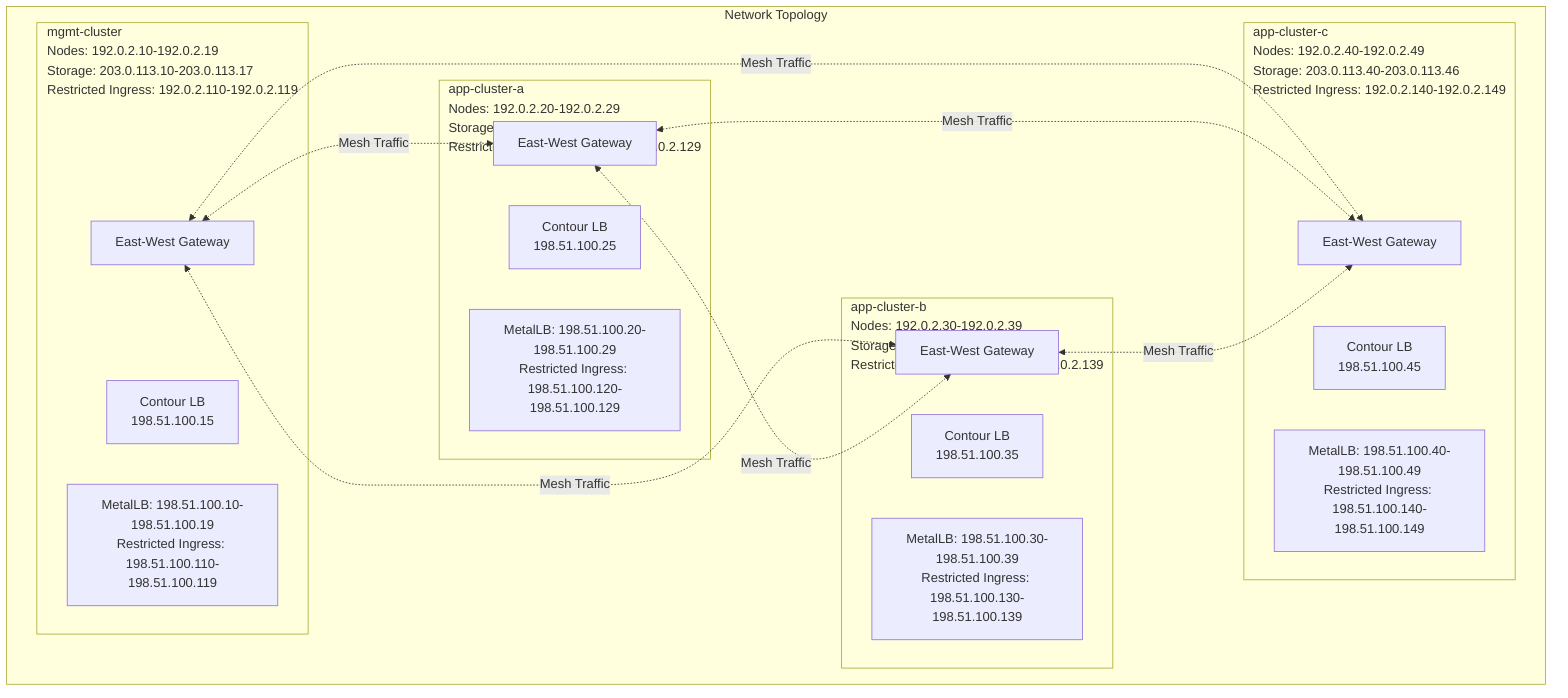
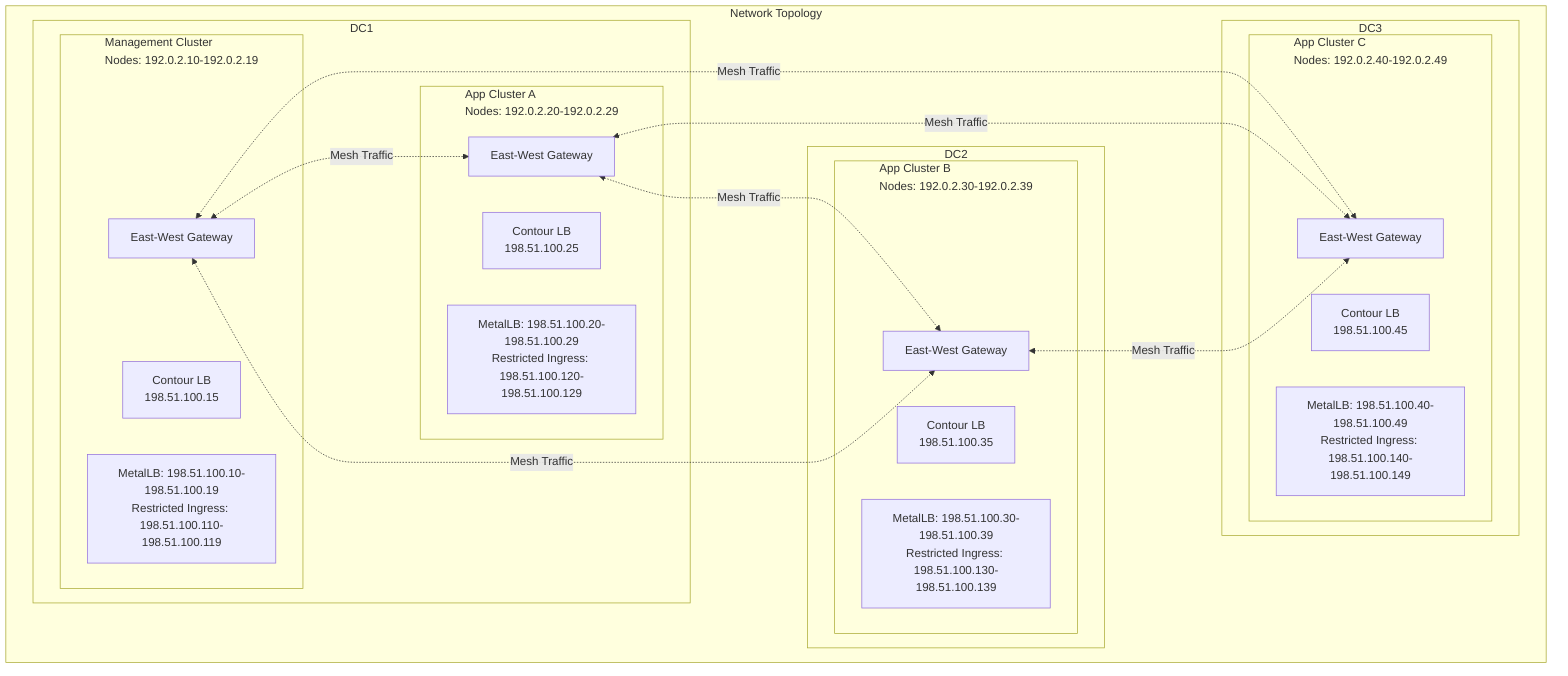
flowchart TB
    subgraph cluster_1_Networks["Network Topology"]
-         subgraph cluster_2_Site_AM_NET["mgmt-cluster<br/>Nodes: 192.0.2.10-192.0.2.19<br/>Storage: 203.0.113.10-203.0.113.17<br/>Restricted Ingress: 192.0.2.110-192.0.2.119"]
-             Site_AM_GW["East-West Gateway"]
-             Site_AM_LB["Contour LB<br/>198.51.100.15"]
-             Site_AM_MetalLB["MetalLB: 198.51.100.10-198.51.100.19<br/>Restricted Ingress: 198.51.100.110-198.51.100.119"]
-             Site_AM_GW["East-West Gateway"]
-             Site_AM_LB["Contour LB<br/>198.51.100.15"]
-             Site_AM_MetalLB["MetalLB: 198.51.100.10-198.51.100.19<br/>Restricted Ingress: 198.51.100.110-198.51.100.119"]
+ 
+         subgraph site_DC1["DC1"]
+             subgraph cluster_2_Site_AM_NET["Management Cluster<br/>Nodes: 192.0.2.10-192.0.2.19"]
+                 Site_AM_GW["East-West Gateway"]
+                 Site_AM_LB["Contour LB<br/>198.51.100.15"]
+                 Site_AM_MetalLB["MetalLB: 198.51.100.10-198.51.100.19<br/>Restricted Ingress: 198.51.100.110-198.51.100.119"]
+                 Site_AM_GW["East-West Gateway"]
+                 Site_AM_LB["Contour LB<br/>198.51.100.15"]
+                 Site_AM_MetalLB["MetalLB: 198.51.100.10-198.51.100.19<br/>Restricted Ingress: 198.51.100.110-198.51.100.119"]
+             end
+             subgraph cluster_3_Site_AD_NET["App Cluster A<br/>Nodes: 192.0.2.20-192.0.2.29"]
+                 Site_AD_GW["East-West Gateway"]
+                 Site_AD_LB["Contour LB<br/>198.51.100.25"]
+                 Site_AD_MetalLB["MetalLB: 198.51.100.20-198.51.100.29<br/>Restricted Ingress: 198.51.100.120-198.51.100.129"]
+                 Site_AD_GW["East-West Gateway"]
+                 Site_AD_LB["Contour LB<br/>198.51.100.25"]
+                 Site_AD_MetalLB["MetalLB: 198.51.100.20-198.51.100.29<br/>Restricted Ingress: 198.51.100.120-198.51.100.129"]
+             end
        end
-         subgraph cluster_3_Site_AD_NET["app-cluster-a<br/>Nodes: 192.0.2.20-192.0.2.29<br/>Storage: 203.0.113.20-203.0.113.26<br/>Restricted Ingress: 192.0.2.120-192.0.2.129"]
-             Site_AD_GW["East-West Gateway"]
-             Site_AD_LB["Contour LB<br/>198.51.100.25"]
-             Site_AD_MetalLB["MetalLB: 198.51.100.20-198.51.100.29<br/>Restricted Ingress: 198.51.100.120-198.51.100.129"]
-             Site_AD_GW["East-West Gateway"]
-             Site_AD_LB["Contour LB<br/>198.51.100.25"]
-             Site_AD_MetalLB["MetalLB: 198.51.100.20-198.51.100.29<br/>Restricted Ingress: 198.51.100.120-198.51.100.129"]
+ 
+         subgraph site_DC2["DC2"]
+             subgraph cluster_4_Site_BD_NET["App Cluster B<br/>Nodes: 192.0.2.30-192.0.2.39"]
+                 Site_BD_GW["East-West Gateway"]
+                 Site_BD_LB["Contour LB<br/>198.51.100.35"]
+                 Site_BD_MetalLB["MetalLB: 198.51.100.30-198.51.100.39<br/>Restricted Ingress: 198.51.100.130-198.51.100.139"]
+                 Site_BD_GW["East-West Gateway"]
+                 Site_BD_LB["Contour LB<br/>198.51.100.35"]
+                 Site_BD_MetalLB["MetalLB: 198.51.100.30-198.51.100.39<br/>Restricted Ingress: 198.51.100.130-198.51.100.139"]
+             end
        end
-         subgraph cluster_4_Site_BD_NET["app-cluster-b<br/>Nodes: 192.0.2.30-192.0.2.39<br/>Storage: 203.0.113.30-203.0.113.36<br/>Restricted Ingress: 192.0.2.130-192.0.2.139"]
-             Site_BD_GW["East-West Gateway"]
-             Site_BD_LB["Contour LB<br/>198.51.100.35"]
-             Site_BD_MetalLB["MetalLB: 198.51.100.30-198.51.100.39<br/>Restricted Ingress: 198.51.100.130-198.51.100.139"]
-             Site_BD_GW["East-West Gateway"]
-             Site_BD_LB["Contour LB<br/>198.51.100.35"]
-             Site_BD_MetalLB["MetalLB: 198.51.100.30-198.51.100.39<br/>Restricted Ingress: 198.51.100.130-198.51.100.139"]
-         end
-         subgraph cluster_5_Site_CD_NET["app-cluster-c<br/>Nodes: 192.0.2.40-192.0.2.49<br/>Storage: 203.0.113.40-203.0.113.46<br/>Restricted Ingress: 192.0.2.140-192.0.2.149"]
-             Site_CD_GW["East-West Gateway"]
-             Site_CD_LB["Contour LB<br/>198.51.100.45"]
-             Site_CD_MetalLB["MetalLB: 198.51.100.40-198.51.100.49<br/>Restricted Ingress: 198.51.100.140-198.51.100.149"]
-             Site_CD_GW["East-West Gateway"]
-             Site_CD_LB["Contour LB<br/>198.51.100.45"]
-             Site_CD_MetalLB["MetalLB: 198.51.100.40-198.51.100.49<br/>Restricted Ingress: 198.51.100.140-198.51.100.149"]
+         subgraph site_DC3["DC3"]
+             subgraph cluster_5_Site_CD_NET["App Cluster C<br/>Nodes: 192.0.2.40-192.0.2.49"]
+                 Site_CD_GW["East-West Gateway"]
+                 Site_CD_LB["Contour LB<br/>198.51.100.45"]
+                 Site_CD_MetalLB["MetalLB: 198.51.100.40-198.51.100.49<br/>Restricted Ingress: 198.51.100.140-198.51.100.149"]
+                 Site_CD_GW["East-West Gateway"]
+                 Site_CD_LB["Contour LB<br/>198.51.100.45"]
+                 Site_CD_MetalLB["MetalLB: 198.51.100.40-198.51.100.49<br/>Restricted Ingress: 198.51.100.140-198.51.100.149"]
+             end
        end
    end
    Site_AM_GW <-.Mesh Traffic.-> Site_AD_GW
-     Site_AM_GW <-.Mesh Traffic.-> Site_BD_GW
    Site_AM_GW <-.Mesh Traffic.-> Site_CD_GW
    Site_AD_GW <-.Mesh Traffic.-> Site_BD_GW
+     Site_AM_GW <-.Mesh Traffic.-> Site_BD_GW
    Site_AD_GW <-.Mesh Traffic.-> Site_CD_GW
    Site_BD_GW <-.Mesh Traffic.-> Site_CD_GW
